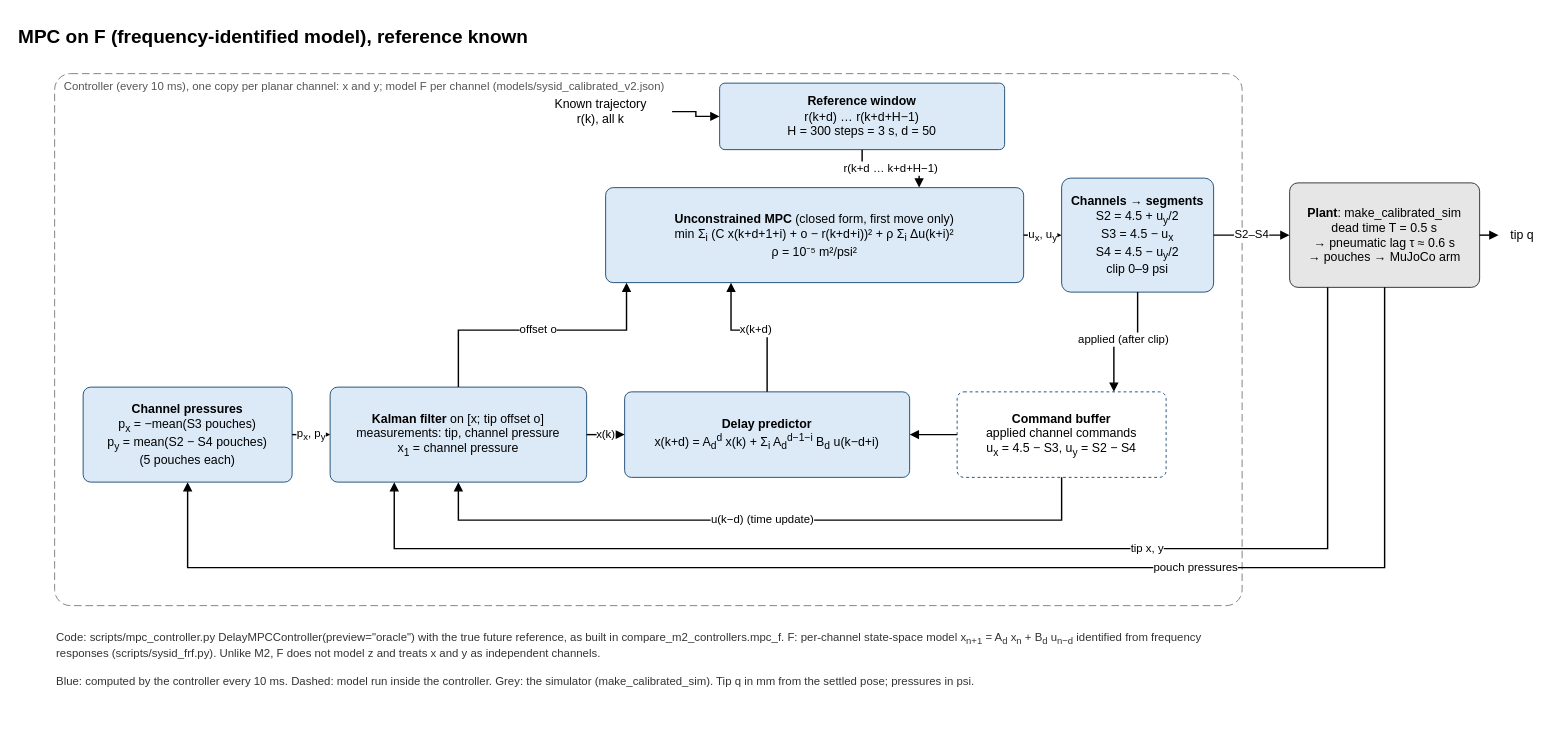
Earlier version of the draw.io diagram page "MPC on F" (4 of 4) of docs/diagrams/controllers.drawio (ibraheem-111/soft-pneumatic-arm-control). Source tidied: cells renumbered, new cells numbered last; positions are measured from the earlier drawing's top-left corner, leaving out a move shared by most shapes. Both pictures are drawn from the tidied source at 95%, with x=0, y=0 at pixel (16, 16).
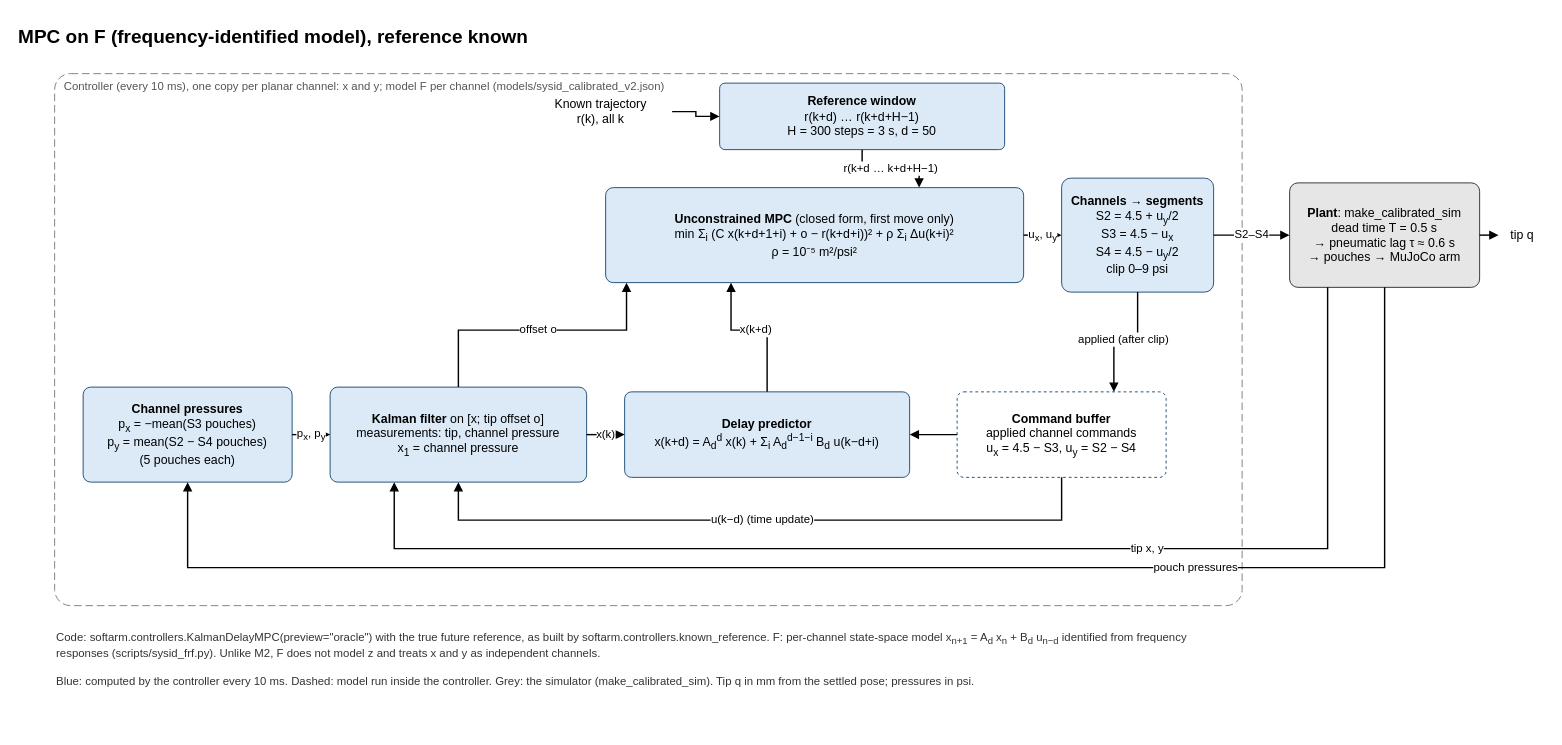
After the change.

The edit, as a diff of the source:
```diff
@@
-    <mxCell id="28" value="Code: scripts/mpc_controller.py DelayMPCController(preview=&quot;oracle&quot;) with the true future reference, as built in compare_m2_controllers.mpc_f. F: per-channel state-space model x&lt;sub&gt;n+1&lt;/sub&gt; = A&lt;sub&gt;d&lt;/sub&gt; x&lt;sub&gt;n&lt;/sub&gt; + B&lt;sub&gt;d&lt;/sub&gt; u&lt;sub&gt;n−d&lt;/sub&gt; identified from frequency responses (scripts/sysid_frf.py). Unlike M2, F does not model z and treats x and y as independent channels.&lt;br&gt;&lt;br&gt;Blue: computed by the controller every 10 ms. Dashed: model run inside the controller. Grey: the simulator (make_calibrated_sim). Tip q in mm from the settled pose; pressures in psi." style="text;html=1;whiteSpace=wrap;align=left;verticalAlign=top;fontSize=12;fontColor=#333333;" parent="1" vertex="1">
+    <mxCell id="28" value="Code: softarm.controllers.KalmanDelayMPC(preview=&quot;oracle&quot;) with the true future reference, as built by softarm.controllers.known_reference. F: per-channel state-space model x&lt;sub&gt;n+1&lt;/sub&gt; = A&lt;sub&gt;d&lt;/sub&gt; x&lt;sub&gt;n&lt;/sub&gt; + B&lt;sub&gt;d&lt;/sub&gt; u&lt;sub&gt;n−d&lt;/sub&gt; identified from frequency responses (scripts/sysid_frf.py). Unlike M2, F does not model z and treats x and y as independent channels.&lt;br&gt;&lt;br&gt;Blue: computed by the controller every 10 ms. Dashed: model run inside the controller. Grey: the simulator (make_calibrated_sim). Tip q in mm from the settled pose; pressures in psi." style="text;html=1;whiteSpace=wrap;align=left;verticalAlign=top;fontSize=12;fontColor=#333333;" parent="1" vertex="1">
       <mxGeometry x="40" y="640" width="1250" height="110" as="geometry" />
     </mxCell>
```
